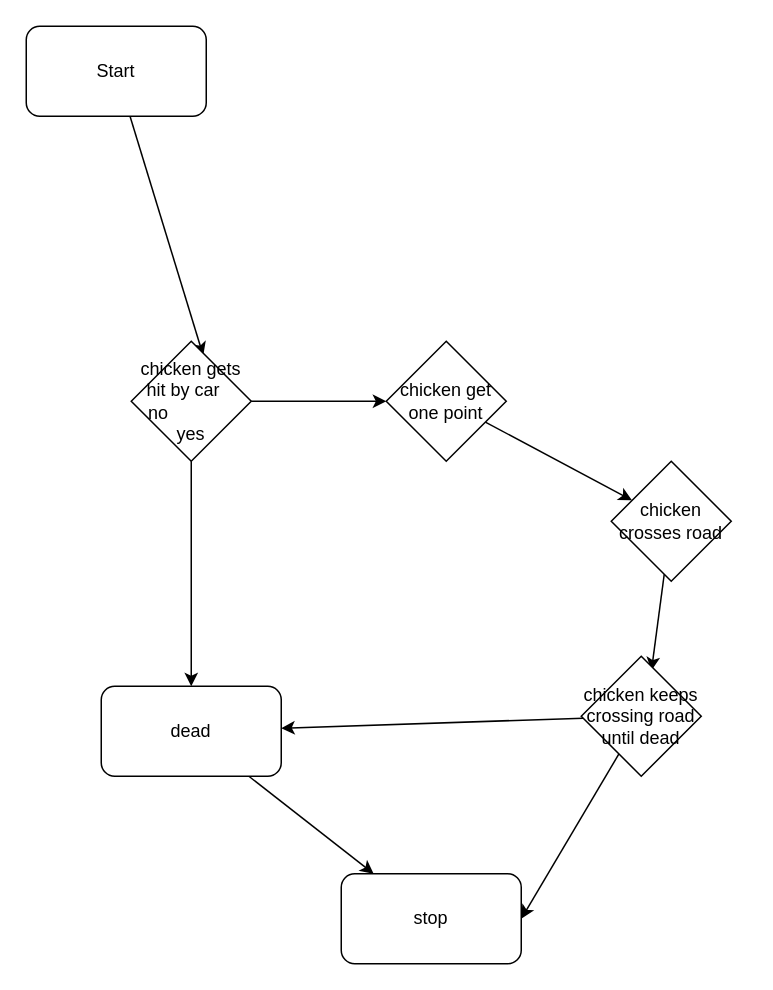
Before: drawings/flowchart.drawio in MTHS-ICS2O-2-2022/ICS2O-Final-Project-Group07, a draw.io diagram. Source tidied: cells renumbered, new cells numbered last; positions are measured from the earlier drawing's top-left corner, leaving out a move shared by most shapes. Both pictures are drawn from the tidied source at 150%, with x=0, y=0 at pixel (26, 26).
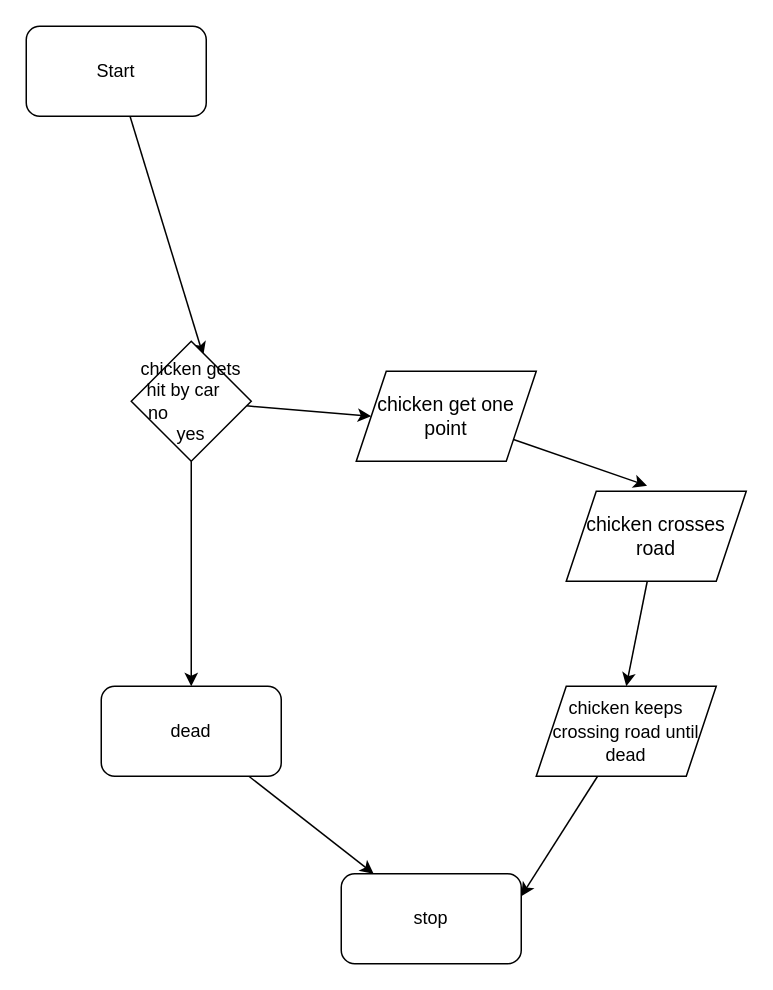
The same page after the edit.

What changed in the source:
```diff
@@
 <mxGraphModel>
   <root>
     <mxCell id="0" />
     <mxCell id="1" parent="0" />
     <mxCell id="2" style="edgeStyle=none;html=1;entryX=0.6;entryY=0.12;entryDx=0;entryDy=0;entryPerimeter=0;" parent="1" edge="1" source="3" target="7">
       <mxGeometry relative="1" as="geometry" />
     </mxCell>
     <mxCell id="3" value="Start" style="rounded=1;whiteSpace=wrap;html=1;" parent="1" vertex="1">
       <mxGeometry width="120" height="60" as="geometry" />
     </mxCell>
     <mxCell id="4" value="stop" style="rounded=1;whiteSpace=wrap;html=1;" parent="1" vertex="1">
       <mxGeometry x="210" y="565" width="120" height="60" as="geometry" />
     </mxCell>
     <mxCell id="5" style="edgeStyle=none;html=1;entryX=0.5;entryY=0;entryDx=0;entryDy=0;" parent="1" edge="1" source="7" target="11">
       <mxGeometry relative="1" as="geometry" />
     </mxCell>
-    <mxCell id="6" style="edgeStyle=none;html=1;" parent="1" edge="1" source="7" target="9">
+    <mxCell id="6" style="edgeStyle=none;html=1;entryX=0;entryY=0.5;entryDx=0;entryDy=0;" parent="1" edge="1" source="7" target="9">
       <mxGeometry relative="1" as="geometry" />
     </mxCell>
     <mxCell id="7" value="chicken gets hit by car&amp;nbsp; &amp;nbsp;&lt;br&gt;no&amp;nbsp; &amp;nbsp; &amp;nbsp; &amp;nbsp; &amp;nbsp; &amp;nbsp; &amp;nbsp; yes" style="rhombus;whiteSpace=wrap;html=1;" parent="1" vertex="1">
       <mxGeometry x="70" y="210" width="80" height="80" as="geometry" />
     </mxCell>
+    <mxCell id="10" style="edgeStyle=none;html=1;" parent="1" edge="1" source="11" target="4">
+      <mxGeometry relative="1" as="geometry" />
+    </mxCell>
+    <mxCell id="11" value="dead" style="rounded=1;whiteSpace=wrap;html=1;" parent="1" vertex="1">
+      <mxGeometry x="50" y="440" width="120" height="60" as="geometry" />
+    </mxCell>
-    <mxCell id="8" style="edgeStyle=none;html=1;" parent="1" edge="1" source="9" target="13">
+    <mxCell id="8" style="edgeStyle=none;html=1;entryX=0.449;entryY=-0.061;entryDx=0;entryDy=0;entryPerimeter=0;fontSize=13;" parent="1" edge="1" source="9" target="13">
       <mxGeometry relative="1" as="geometry" />
     </mxCell>
-    <mxCell id="9" value="chicken get one point" style="rhombus;whiteSpace=wrap;html=1;" parent="1" vertex="1">
-      <mxGeometry x="240" y="210" width="80" height="80" as="geometry" />
+    <mxCell id="9" value="&lt;font style=&quot;font-size: 13px;&quot;&gt;chicken get one point&lt;/font&gt;" style="shape=parallelogram;perimeter=parallelogramPerimeter;whiteSpace=wrap;html=1;fixedSize=1;" parent="1" vertex="1">
+      <mxGeometry x="220" y="230" width="120" height="60" as="geometry" />
     </mxCell>
-    <mxCell id="10" style="edgeStyle=none;html=1;" parent="1" edge="1" source="11" target="4">
-      <mxGeometry relative="1" as="geometry" />
-    </mxCell>
-    <mxCell id="11" value="dead" style="rounded=1;whiteSpace=wrap;html=1;" parent="1" vertex="1">
-      <mxGeometry x="50" y="440" width="120" height="60" as="geometry" />
-    </mxCell>
-    <mxCell id="12" style="edgeStyle=none;html=1;entryX=0.585;entryY=0.119;entryDx=0;entryDy=0;entryPerimeter=0;" parent="1" edge="1" source="13" target="16">
+    <mxCell id="12" style="edgeStyle=none;html=1;entryX=0.5;entryY=0;entryDx=0;entryDy=0;fontSize=13;" parent="1" edge="1" source="13" target="16">
       <mxGeometry relative="1" as="geometry" />
     </mxCell>
-    <mxCell id="13" value="chicken crosses road" style="rhombus;whiteSpace=wrap;html=1;" parent="1" vertex="1">
-      <mxGeometry x="390" y="290" width="80" height="80" as="geometry" />
+    <mxCell id="13" value="&lt;font style=&quot;font-size: 13px;&quot;&gt;chicken crosses road&lt;/font&gt;" style="shape=parallelogram;perimeter=parallelogramPerimeter;whiteSpace=wrap;html=1;fixedSize=1;fontSize=13;" parent="1" vertex="1">
+      <mxGeometry x="360" y="310" width="120" height="60" as="geometry" />
     </mxCell>
-    <mxCell id="14" style="edgeStyle=none;html=1;" parent="1" edge="1" source="16" target="11">
-      <mxGeometry relative="1" as="geometry" />
-    </mxCell>
-    <mxCell id="15" style="edgeStyle=none;html=1;entryX=1;entryY=0.5;entryDx=0;entryDy=0;" parent="1" edge="1" source="16" target="4">
+    <mxCell id="15" style="edgeStyle=none;html=1;entryX=1;entryY=0.25;entryDx=0;entryDy=0;fontSize=13;" parent="1" edge="1" source="16" target="4">
       <mxGeometry relative="1" as="geometry" />
     </mxCell>
-    <mxCell id="16" value="chicken keeps crossing road until dead" style="rhombus;whiteSpace=wrap;html=1;" parent="1" vertex="1">
-      <mxGeometry x="370" y="420" width="80" height="80" as="geometry" />
+    <mxCell id="16" value="&lt;span style=&quot;font-size: 12px;&quot;&gt;chicken keeps crossing road until dead&lt;/span&gt;" style="shape=parallelogram;perimeter=parallelogramPerimeter;whiteSpace=wrap;html=1;fixedSize=1;fontSize=13;" parent="1" vertex="1">
+      <mxGeometry x="340" y="440" width="120" height="60" as="geometry" />
     </mxCell>
   </root>
 </mxGraphModel>
```
